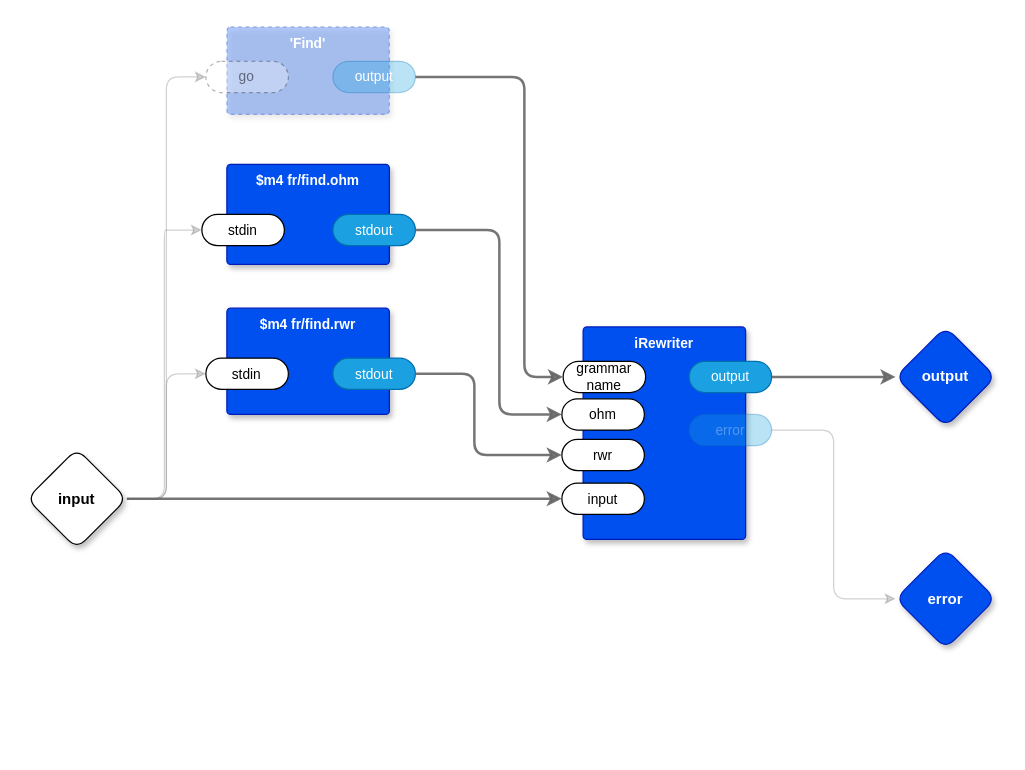
The draw.io diagram page "Back End" (18 of 19) of find-and-replace.drawio in guitarvydas/find-and-replace, before the edit. Source tidied: cells renumbered, new cells numbered last; positions are measured from the earlier drawing's top-left corner, leaving out a move shared by most shapes. Both pictures are drawn from the tidied source at 125%, with x=0, y=0 at pixel (26, 26).
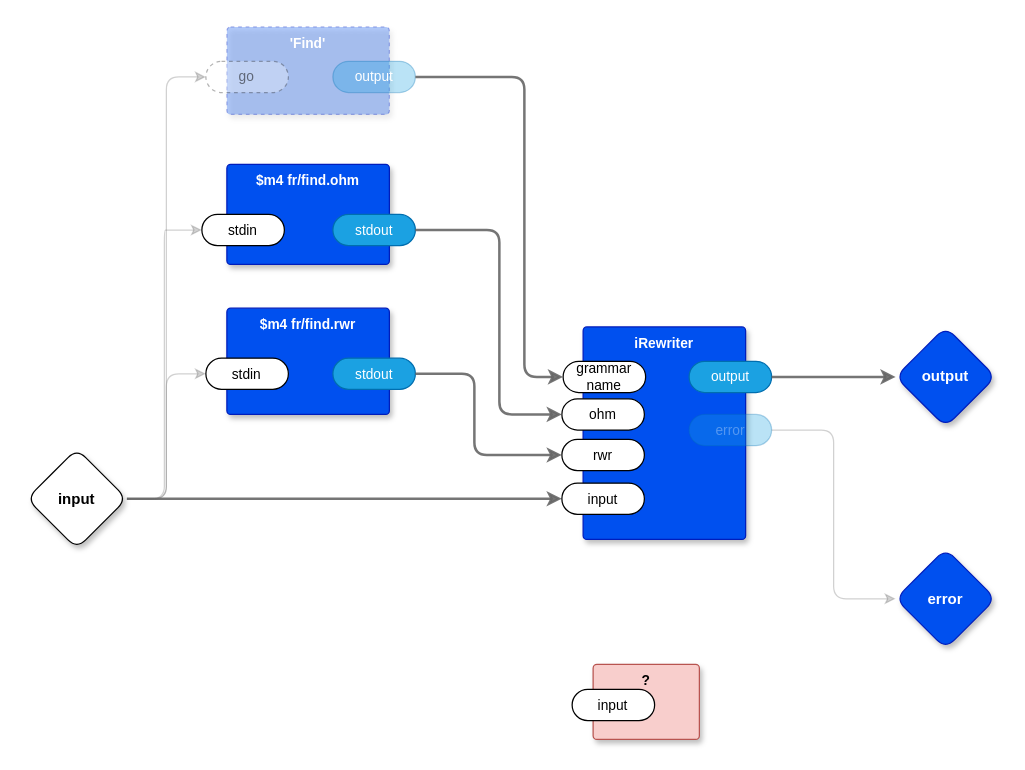
After the change.

Diff of the diagram source:
```diff
@@
+    <mxCell id="30" value="?" style="rounded=1;whiteSpace=wrap;html=1;sketch=0;verticalAlign=top;arcSize=6;fontStyle=1;absoluteArcSize=1;shadow=1;strokeColor=#b85450;fillColor=#f8cecc;fontFamily=Helvetica;fontSize=11;" parent="1" vertex="1">
+      <mxGeometry x="453" y="510" width="85" height="60" as="geometry" />
+    </mxCell>
+    <mxCell id="31" value="input" style="rounded=1;whiteSpace=wrap;html=1;sketch=0;arcSize=50;fontFamily=Helvetica;fontSize=11;fontColor=default;" parent="30" vertex="1">
+      <mxGeometry x="-16.8" y="20" width="66" height="25" as="geometry" />
+    </mxCell>
```
